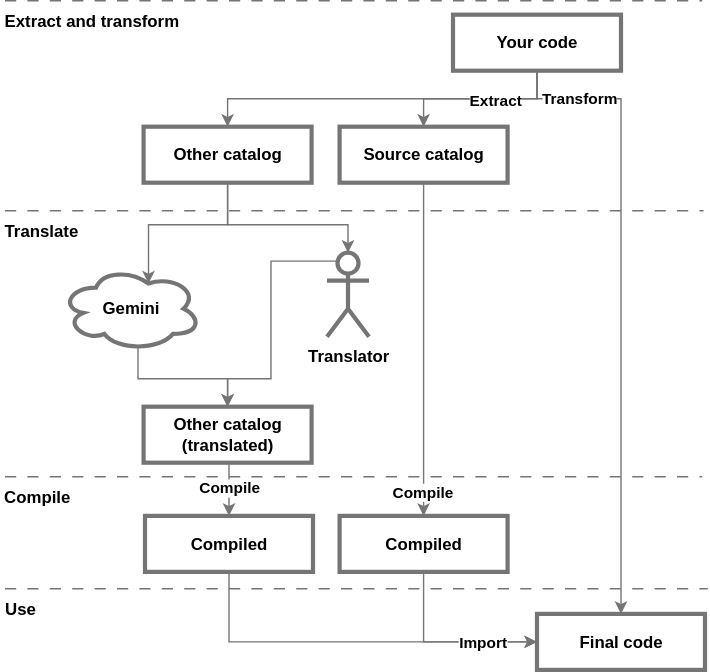
Earlier version of the draw.io export public/diagram.svg (wuchalejs/wuchalejs.github.io). Source tidied: cells renumbered, new cells last; positions are measured from the earlier drawing's top-left corner, leaving out a move shared by most shapes.
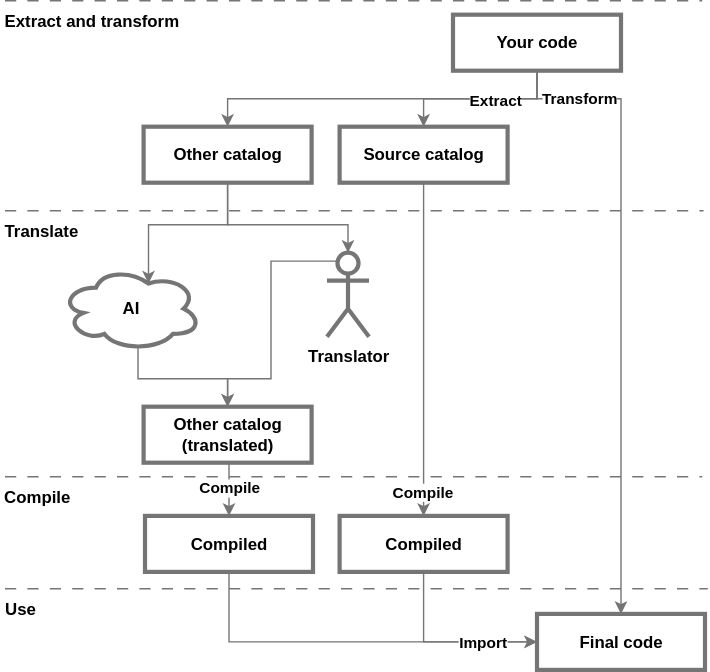
Above is the later version.

Commit message:
update how it works diagram

Diff of the diagram source:
```diff
@@ -71,7 +71,7 @@
     <mxCell id="18" style="edgeStyle=orthogonalEdgeStyle;rounded=0;jettySize=auto;html=1;exitX=0.55;exitY=0.95;exitDx=0;exitDy=0;exitPerimeter=0;entryX=0.5;entryY=0;entryDx=0;entryDy=0;strokeColor=#757575;" parent="1" edge="1" source="19" target="28">
       <mxGeometry relative="1" as="geometry" />
     </mxCell>
-    <mxCell id="19" value="Gemini" style="ellipse;shape=cloud;whiteSpace=wrap;html=1;fillColor=none;strokeColor=#757575;fontColor=default;fontStyle=1;strokeWidth=3;" parent="1" vertex="1">
+    <mxCell id="19" value="AI" style="ellipse;shape=cloud;whiteSpace=wrap;html=1;fillColor=none;strokeColor=#757575;fontColor=default;fontStyle=1;strokeWidth=3;" parent="1" vertex="1">
       <mxGeometry x="43" y="190" width="100" height="60" as="geometry" />
     </mxCell>
     <mxCell id="20" style="edgeStyle=orthogonalEdgeStyle;rounded=0;jettySize=auto;html=1;exitX=0.25;exitY=0.1;exitDx=0;exitDy=0;exitPerimeter=0;entryX=0.5;entryY=0;entryDx=0;entryDy=0;strokeColor=#757575;" parent="1" edge="1" source="21" target="28">
```
